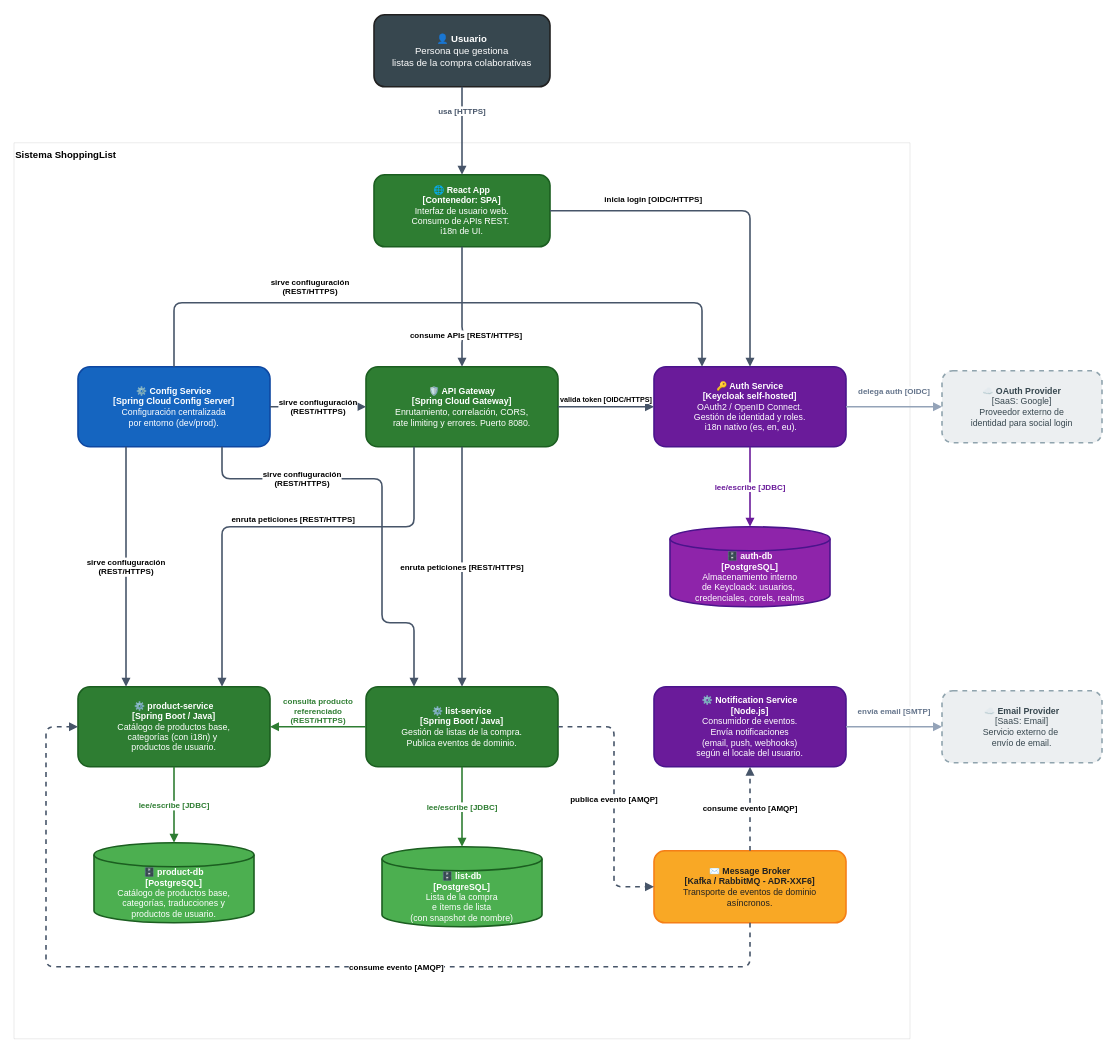
Earlier version of the draw.io diagram docs/architecture/img/c4-level2-containers.drawio.xml (ivborrezo/shopping-list). Source tidied: cells renumbered, new cells numbered last; positions are measured from the earlier drawing's top-left corner, leaving out a move shared by most shapes. Both pictures are drawn from the tidied source at 80%, with x=0, y=0 at pixel (14, 14).
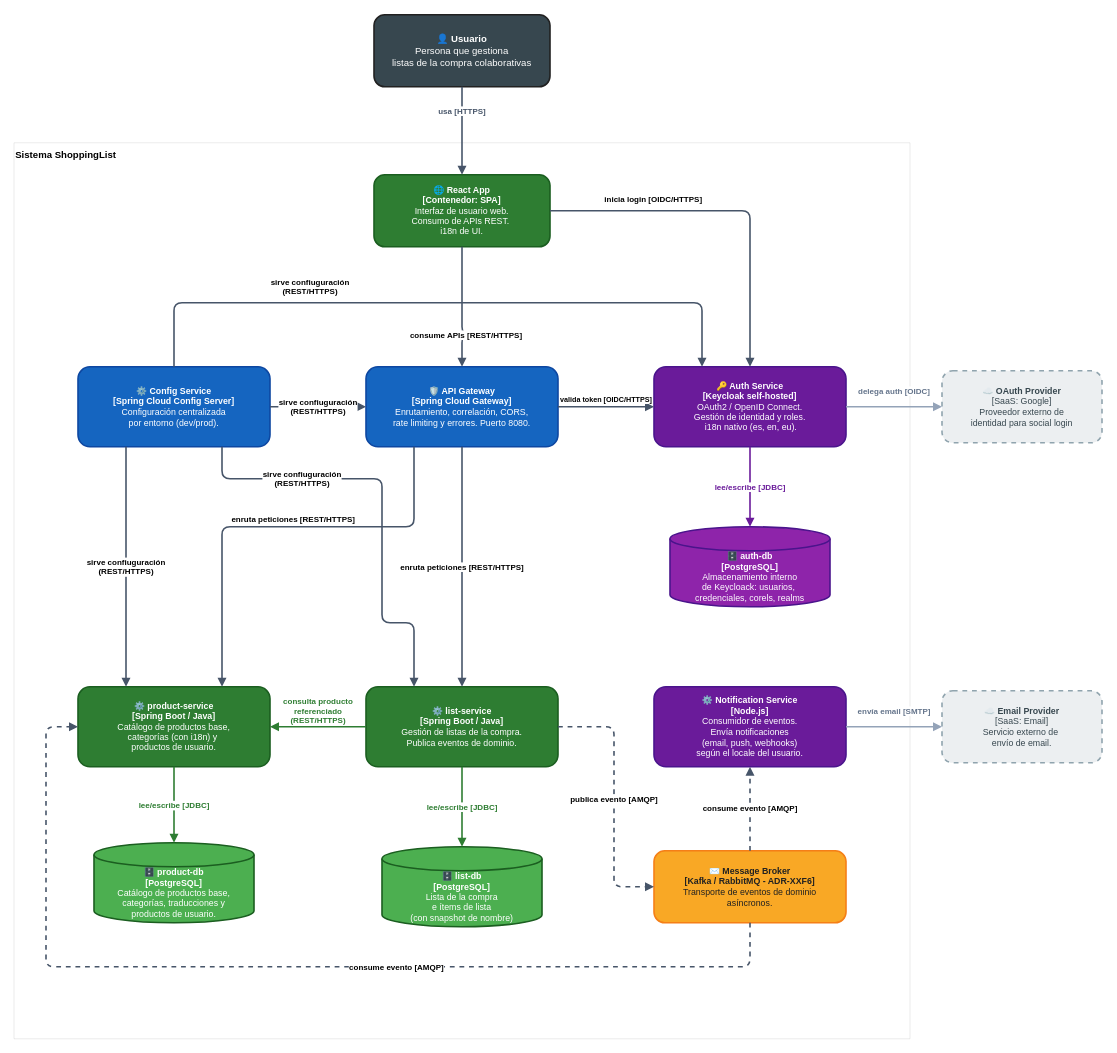
The same diagram, later.

Commit message (it also covers changes not shown here):
docs(architecture): exportar c4 level2 svg desde apliacción

The edit, as a diff of the source:
```diff
@@
-    <mxCell id="6" value="&lt;b&gt;🛡️ API Gateway&lt;/b&gt;&lt;br&gt;&lt;b&gt;[Spring Cloud Gateway]&lt;/b&gt;&lt;br&gt;Enrutamiento, correlación, CORS,&lt;br&gt;rate limiting y errores. Puerto 8080." style="rounded=1;whiteSpace=wrap;html=1;fillColor=#2E7D32;strokeColor=#1B5E20;strokeWidth=2;fontColor=#FFFFFF;fontSize=11;align=center;" parent="1" vertex="1">
+    <mxCell id="6" value="&lt;b&gt;🛡️ API Gateway&lt;/b&gt;&lt;br&gt;&lt;b&gt;[Spring Cloud Gateway]&lt;/b&gt;&lt;br&gt;Enrutamiento, correlación, CORS,&lt;br&gt;rate limiting y errores. Puerto 8080." style="rounded=1;whiteSpace=wrap;html=1;fillColor=#1565C0;strokeColor=#0D47A1;strokeWidth=2;fontColor=#FFFFFF;fontSize=11;align=center;" parent="1" vertex="1">
       <mxGeometry x="440" y="440" width="240" height="100" as="geometry" />
     </mxCell>
```
